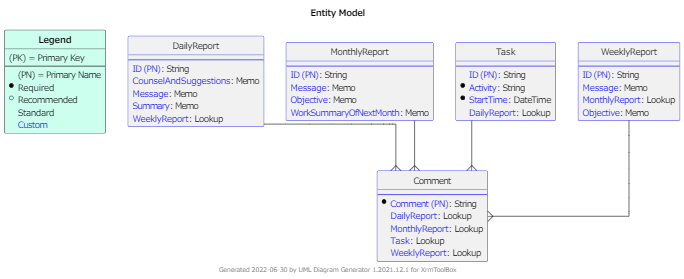
The PlantUML diagram Diagrams/erd.png in YA-androidapp/PowerPlatform-PowerApps-PowerAutomate-DailyReport, before a commit. Its source is kept beside it as Diagrams/erd.plantuml. The source it was exported from:
```plantuml
@startuml

hide circle
hide stereotype

skinparam linetype ortho
skinparam RoundCorner 5
skinparam Padding 1
skinparam ArrowFontSize 12
skinparam ClassBorderColor Black
skinparam ClassBorderColor<<custom>> Blue

entity **Legend** <<standard>> #CCFFEE {
    (PK) = Primary Key
    --
    (PN) = Primary Name
    * Required
    + Recommended
    Standard
    <color:blue>Custom</color>
}

title  Entity Model

footer Generated %date("yyyy-MM-dd") by UML Diagram Generator 1.2021.12.1 for XrmToolBox

entity Comment <<custom>>
{
    --
    *<color:blue>Comment (PN)</color>: String
    <color:blue>DailyReport</color>: Lookup
    <color:blue>MonthlyReport</color>: Lookup
    <color:blue>Task</color>: Lookup
    <color:blue>WeeklyReport</color>: Lookup
}

entity DailyReport <<custom>>
{
    --
    <color:blue>ID (PN)</color>: String
    <color:blue>CounselAndSuggestions</color>: Memo
    <color:blue>Message</color>: Memo
    <color:blue>Summary</color>: Memo
    <color:blue>WeeklyReport</color>: Lookup
}

entity MonthlyReport <<custom>>
{
    --
    <color:blue>ID (PN)</color>: String
    <color:blue>Message</color>: Memo
    <color:blue>Objective</color>: Memo
    <color:blue>WorkSummaryOfNextMonth</color>: Memo
}

entity Task <<custom>>
{
    --
    <color:blue>ID (PN)</color>: String
    *<color:blue>Activity</color>: String
    *<color:blue>StartTime</color>: DateTime
    <color:blue>DailyReport</color>: Lookup
}

entity WeeklyReport <<custom>>
{
    --
    <color:blue>ID (PN)</color>: String
    <color:blue>Message</color>: Memo
    <color:blue>MonthlyReport</color>: Lookup
    <color:blue>Objective</color>: Memo
}

Task --{ Comment
DailyReport --{ Comment
WeeklyReport --{ Comment
MonthlyReport --{ Comment

@enduml
```
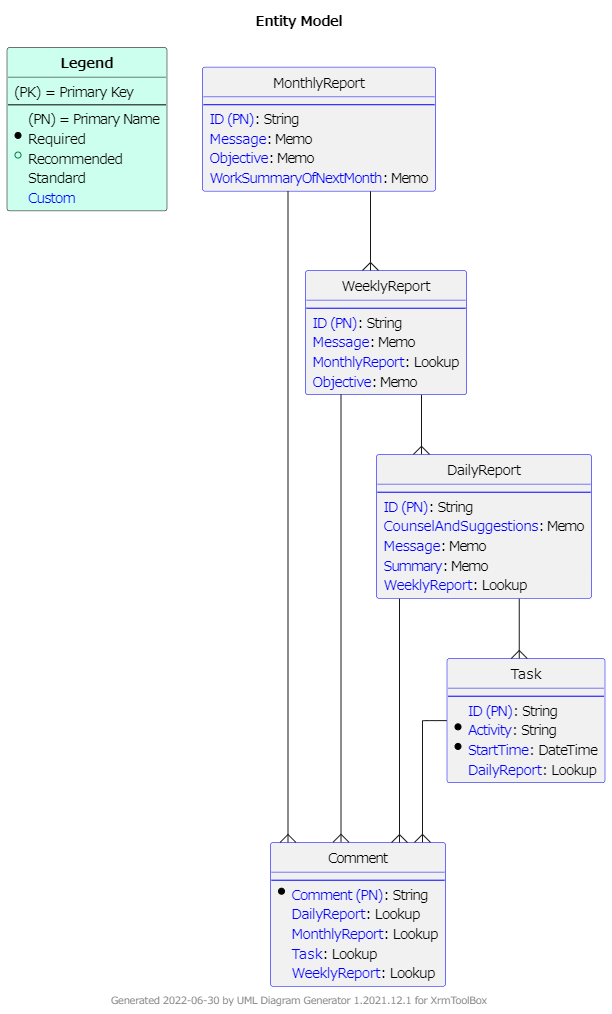
After the change.

Diff of the diagram source:
```diff
@@ -75,5 +75,8 @@
 DailyReport --{ Comment
 WeeklyReport --{ Comment
 MonthlyReport --{ Comment
+WeeklyReport --{ DailyReport
+DailyReport --{ Task
+MonthlyReport --{ WeeklyReport
 
 @enduml
```
